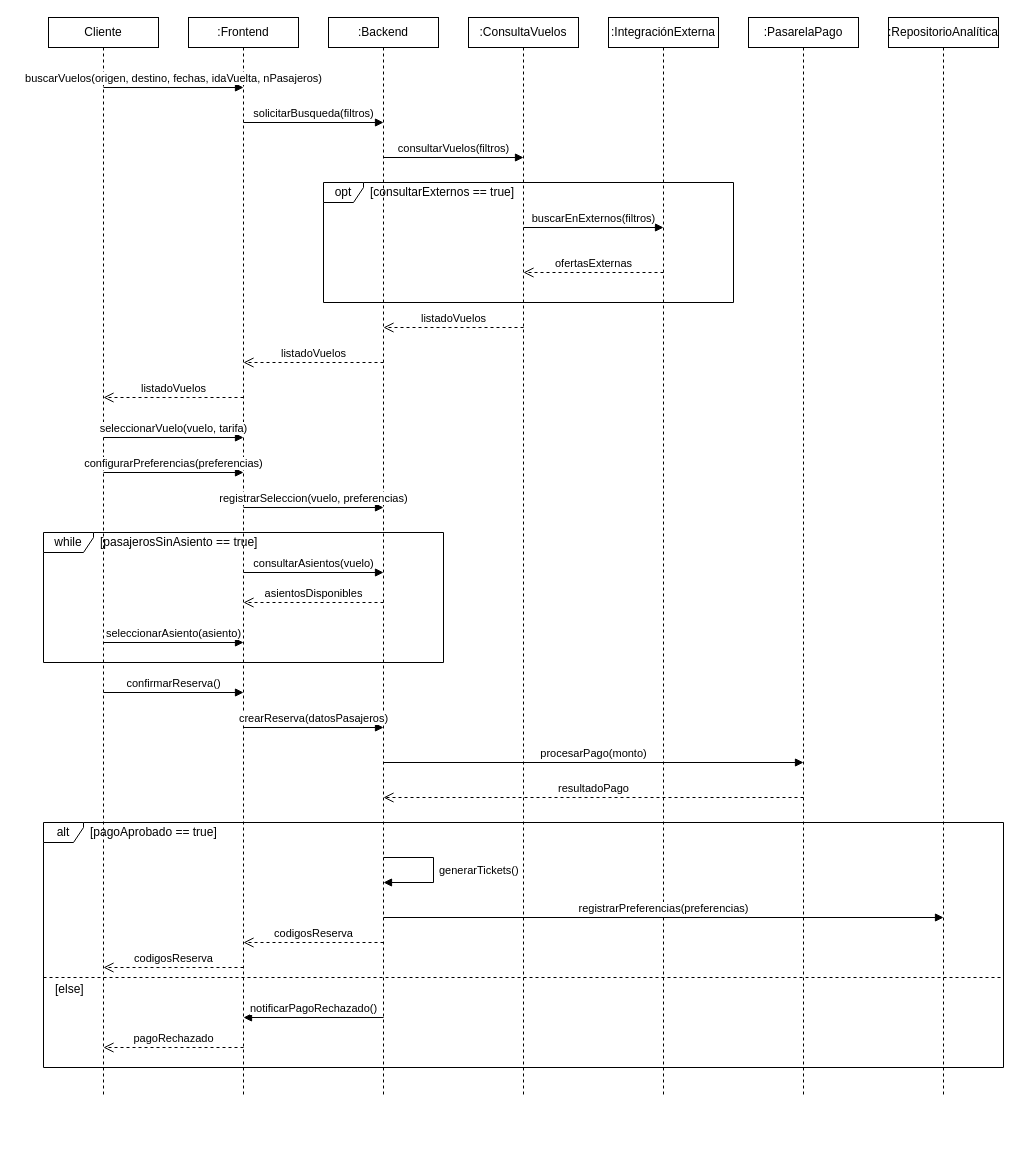
Before: EXAMEN-PRACTICO-P2.drawio in Isa4cc/MODELADO-DIAGRAMAS, a draw.io diagram. Source tidied: cells renumbered, new cells numbered last; positions are measured from the earlier drawing's top-left corner, leaving out a move shared by most shapes. Both pictures are drawn from the tidied source at 100%, with x=0, y=0 at pixel (43, 17).
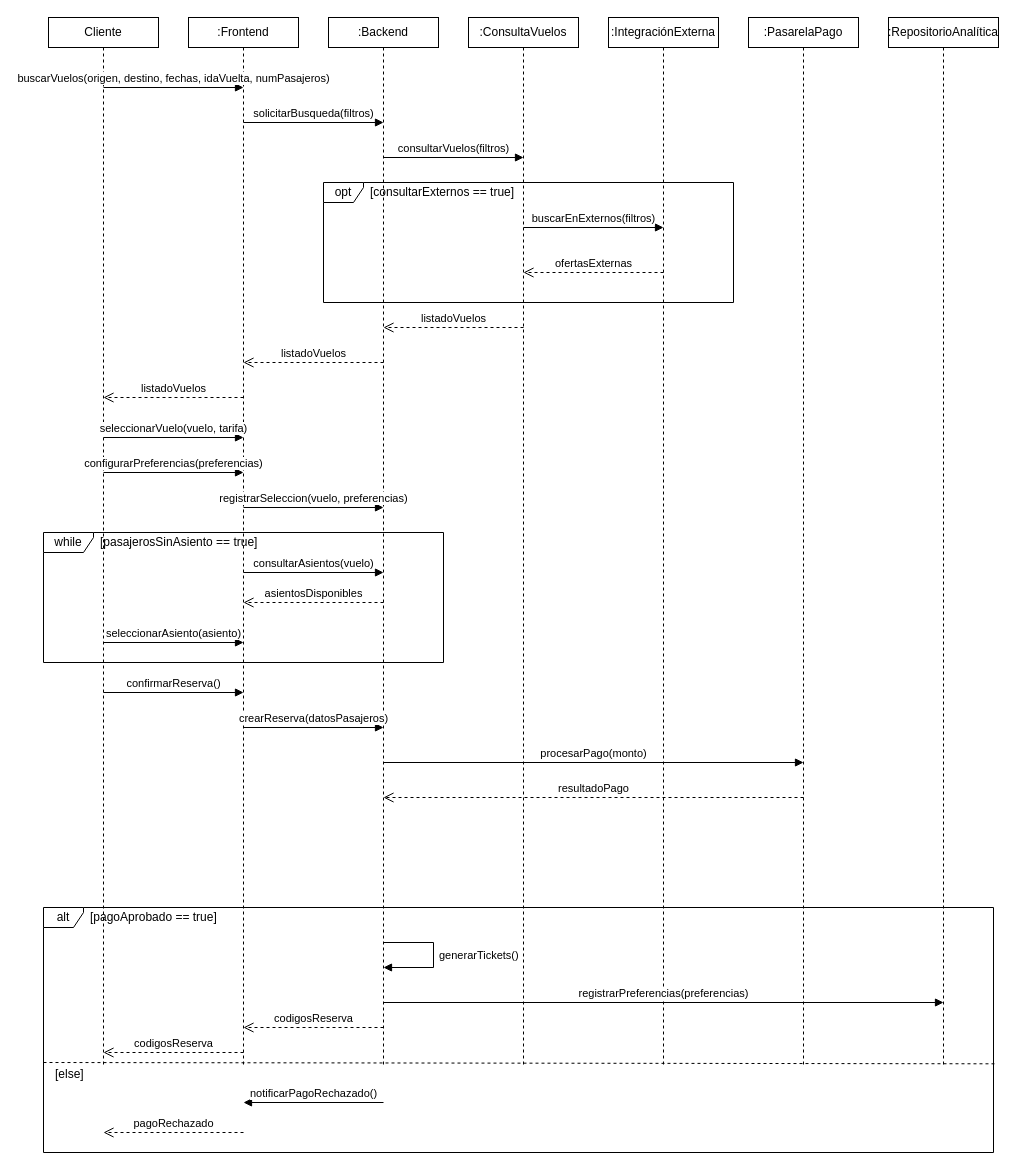
The same diagram, later.

The edit, as a diff of the source:
```diff
@@
     <mxCell id="2" value="Cliente" style="shape=umlLifeline;perimeter=lifelinePerimeter;whiteSpace=wrap;html=1;size=30;" parent="1" vertex="1">
-      <mxGeometry x="5" width="110" height="1080" as="geometry" />
+      <mxGeometry x="5" width="110" height="1050" as="geometry" />
     </mxCell>
     <mxCell id="3" value=":Frontend" style="shape=umlLifeline;perimeter=lifelinePerimeter;whiteSpace=wrap;html=1;size=30;" parent="1" vertex="1">
-      <mxGeometry x="145" width="110" height="1080" as="geometry" />
+      <mxGeometry x="145" width="110" height="1050" as="geometry" />
     </mxCell>
     <mxCell id="4" value=":Backend" style="shape=umlLifeline;perimeter=lifelinePerimeter;whiteSpace=wrap;html=1;size=30;" parent="1" vertex="1">
-      <mxGeometry x="285" width="110" height="1080" as="geometry" />
+      <mxGeometry x="285" width="110" height="1050" as="geometry" />
     </mxCell>
     <mxCell id="5" value=":ConsultaVuelos" style="shape=umlLifeline;perimeter=lifelinePerimeter;whiteSpace=wrap;html=1;size=30;" parent="1" vertex="1">
-      <mxGeometry x="425" width="110" height="1080" as="geometry" />
+      <mxGeometry x="425" width="110" height="1050" as="geometry" />
     </mxCell>
     <mxCell id="6" value=":IntegraciónExterna" style="shape=umlLifeline;perimeter=lifelinePerimeter;whiteSpace=wrap;html=1;size=30;" parent="1" vertex="1">
-      <mxGeometry x="565" width="110" height="1080" as="geometry" />
+      <mxGeometry x="565" width="110" height="1050" as="geometry" />
     </mxCell>
     <mxCell id="7" value=":PasarelaPago" style="shape=umlLifeline;perimeter=lifelinePerimeter;whiteSpace=wrap;html=1;size=30;" parent="1" vertex="1">
-      <mxGeometry x="705" width="110" height="1080" as="geometry" />
+      <mxGeometry x="705" width="110" height="1050" as="geometry" />
     </mxCell>
     <mxCell id="8" value=":RepositorioAnalítica" style="shape=umlLifeline;perimeter=lifelinePerimeter;whiteSpace=wrap;html=1;size=30;" parent="1" vertex="1">
-      <mxGeometry x="845" width="110" height="1080" as="geometry" />
+      <mxGeometry x="845" width="110" height="1050" as="geometry" />
     </mxCell>
@@
     <mxCell id="13" value="alt" style="shape=umlFrame;whiteSpace=wrap;html=1;width=40;height=20;fillColor=none;" parent="1" vertex="1">
-      <mxGeometry y="805" width="960" height="245" as="geometry" />
+      <mxGeometry y="890" width="950" height="245" as="geometry" />
     </mxCell>
     <mxCell id="14" value="[pagoAprobado == true]" style="text;html=1;align=left;verticalAlign=middle;" parent="1" vertex="1">
-      <mxGeometry x="45" y="805" width="200" height="20" as="geometry" />
+      <mxGeometry x="45" y="890" width="200" height="20" as="geometry" />
     </mxCell>
-    <mxCell id="15" style="endArrow=none;dashed=1;html=1;rounded=0;" parent="1" edge="1">
+    <mxCell id="15" style="endArrow=none;dashed=1;html=1;rounded=0;entryX=1.001;entryY=0.638;entryDx=0;entryDy=0;entryPerimeter=0;" parent="1" edge="1" target="13">
       <mxGeometry relative="1" as="geometry">
-        <mxPoint y="960" as="sourcePoint" />
-        <mxPoint x="960" y="960" as="targetPoint" />
+        <mxPoint y="1045" as="sourcePoint" />
       </mxGeometry>
     </mxCell>
     <mxCell id="16" value="[else]" style="text;html=1;align=left;verticalAlign=middle;" parent="1" vertex="1">
-      <mxGeometry x="10" y="962" width="100" height="20" as="geometry" />
+      <mxGeometry x="10" y="1047" width="100" height="20" as="geometry" />
     </mxCell>
-    <mxCell id="17" value="buscarVuelos(origen, destino, fechas, idaVuelta, nPasajeros)" style="html=1;verticalAlign=bottom;endArrow=block;curved=0;rounded=0;" parent="1" edge="1">
+    <mxCell id="17" value="buscarVuelos(origen, destino, fechas, idaVuelta, numPasajeros)" style="html=1;verticalAlign=bottom;endArrow=block;curved=0;rounded=0;" parent="1" edge="1">
       <mxGeometry relative="1" as="geometry">
         <mxPoint x="60" y="70" as="sourcePoint" />
         <mxPoint x="200" y="70" as="targetPoint" />
       </mxGeometry>
     </mxCell>
@@
     <mxCell id="35" value="generarTickets()" style="html=1;align=left;spacingLeft=4;endArrow=block;rounded=0;edgeStyle=orthogonalEdgeStyle;curved=0;" parent="1" edge="1">
       <mxGeometry relative="1" as="geometry">
-        <mxPoint x="340" y="840" as="sourcePoint" />
-        <mxPoint x="340" y="865" as="targetPoint" />
+        <mxPoint x="340" y="925" as="sourcePoint" />
+        <mxPoint x="340" y="950" as="targetPoint" />
         <Array as="points">
-          <mxPoint x="390" y="840" />
-          <mxPoint x="390" y="865" />
+          <mxPoint x="390" y="925" />
+          <mxPoint x="390" y="950" />
         </Array>
       </mxGeometry>
     </mxCell>
     <mxCell id="36" value="registrarPreferencias(preferencias)" style="html=1;verticalAlign=bottom;endArrow=block;curved=0;rounded=0;" parent="1" edge="1">
       <mxGeometry relative="1" as="geometry">
-        <mxPoint x="340" y="900" as="sourcePoint" />
-        <mxPoint x="900" y="900" as="targetPoint" />
+        <mxPoint x="340" y="985" as="sourcePoint" />
+        <mxPoint x="900" y="985" as="targetPoint" />
       </mxGeometry>
     </mxCell>
     <mxCell id="37" value="codigosReserva" style="html=1;verticalAlign=bottom;endArrow=open;dashed=1;endSize=8;curved=0;rounded=0;" parent="1" edge="1">
       <mxGeometry relative="1" as="geometry">
-        <mxPoint x="340" y="925" as="sourcePoint" />
-        <mxPoint x="200" y="925" as="targetPoint" />
+        <mxPoint x="340" y="1010" as="sourcePoint" />
+        <mxPoint x="200" y="1010" as="targetPoint" />
       </mxGeometry>
     </mxCell>
     <mxCell id="38" value="codigosReserva" style="html=1;verticalAlign=bottom;endArrow=open;dashed=1;endSize=8;curved=0;rounded=0;" parent="1" edge="1">
       <mxGeometry relative="1" as="geometry">
-        <mxPoint x="200" y="950" as="sourcePoint" />
-        <mxPoint x="60" y="950" as="targetPoint" />
+        <mxPoint x="200" y="1035" as="sourcePoint" />
+        <mxPoint x="60" y="1035" as="targetPoint" />
       </mxGeometry>
     </mxCell>
     <mxCell id="39" value="notificarPagoRechazado()" style="html=1;verticalAlign=bottom;endArrow=block;curved=0;rounded=0;" parent="1" edge="1">
       <mxGeometry relative="1" as="geometry">
-        <mxPoint x="340" y="1000" as="sourcePoint" />
-        <mxPoint x="200" y="1000" as="targetPoint" />
+        <mxPoint x="340" y="1085" as="sourcePoint" />
+        <mxPoint x="200" y="1085" as="targetPoint" />
       </mxGeometry>
     </mxCell>
     <mxCell id="40" value="pagoRechazado" style="html=1;verticalAlign=bottom;endArrow=open;dashed=1;endSize=8;curved=0;rounded=0;" parent="1" edge="1">
       <mxGeometry relative="1" as="geometry">
-        <mxPoint x="200" y="1030" as="sourcePoint" />
-        <mxPoint x="60" y="1030" as="targetPoint" />
+        <mxPoint x="200" y="1115" as="sourcePoint" />
+        <mxPoint x="60" y="1115" as="targetPoint" />
       </mxGeometry>
     </mxCell>
```
